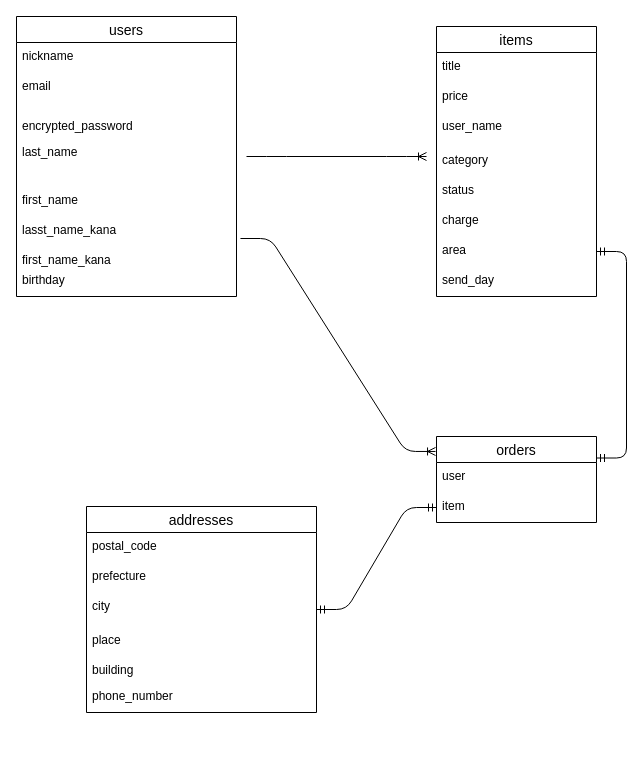
The draw.io diagram database_ER.dio in sihgo109/furima-36770, before the edit. Source tidied: cells renumbered, new cells numbered last; positions are measured from the earlier drawing's top-left corner, leaving out a move shared by most shapes. Both pictures are drawn from the tidied source at 100%, with x=0, y=0 at pixel (16, 16).
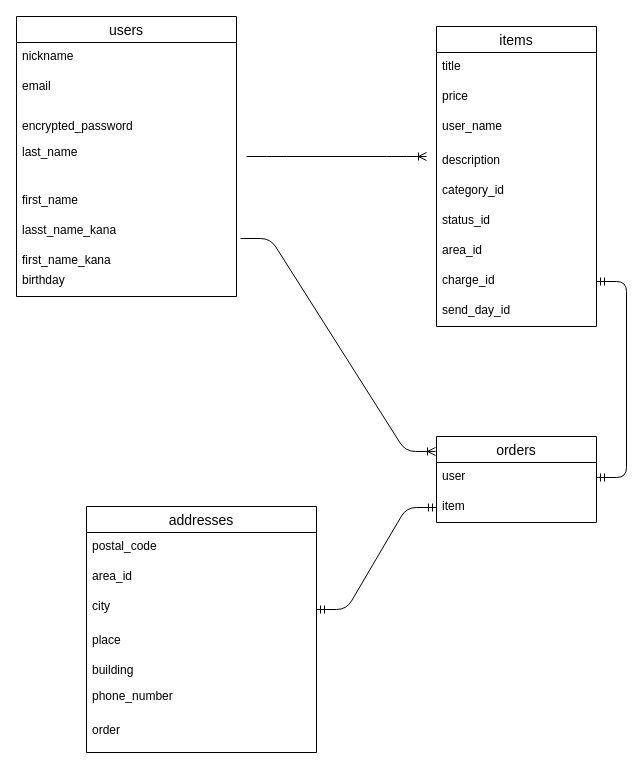
The same diagram, later.

Unchanged cells that the change refers to:
```xml
<mxCell id="12" value="orders" style="swimlane;fontStyle=0;horizontal=1;startSize=26;align=center;fontSize=14;" parent="1" vertex="1">
  <mxGeometry x="420" y="420" width="160" height="86" as="geometry" />
</mxCell>
<mxCell id="13" value="user" style="text;strokeColor=none;fillColor=none;spacingLeft=4;spacingRight=4;overflow=hidden;points=[[0,0.5],[1,0.5]];portConstraint=eastwest;fontSize=12;" parent="12" vertex="1">
  <mxGeometry y="26" width="160" height="30" as="geometry" />
</mxCell>
```

Change to the diagram source:
```diff
@@
     <mxCell id="5" value="items" style="swimlane;fontStyle=0;horizontal=1;startSize=26;align=center;fontSize=14;" parent="1" vertex="1">
-      <mxGeometry x="420" y="10" width="160" height="270" as="geometry" />
+      <mxGeometry x="420" y="10" width="160" height="300" as="geometry" />
     </mxCell>
@@
+    <mxCell id="10" value="description" style="text;strokeColor=none;fillColor=none;spacingLeft=4;spacingRight=4;overflow=hidden;fontSize=12;" parent="5" vertex="1">
+      <mxGeometry y="120" width="160" height="30" as="geometry" />
+    </mxCell>
-    <mxCell id="9" value="category" style="text;strokeColor=none;fillColor=none;spacingLeft=4;spacingRight=4;overflow=hidden;fontSize=12;" parent="5" vertex="1">
-      <mxGeometry y="120" width="160" height="30" as="geometry" />
+    <mxCell id="9" value="category_id" style="text;strokeColor=none;fillColor=none;spacingLeft=4;spacingRight=4;overflow=hidden;fontSize=12;" parent="5" vertex="1">
+      <mxGeometry y="150" width="160" height="30" as="geometry" />
     </mxCell>
-    <mxCell id="10" value="status" style="text;strokeColor=none;fillColor=none;spacingLeft=4;spacingRight=4;overflow=hidden;fontSize=12;" parent="5" vertex="1">
-      <mxGeometry y="150" width="160" height="30" as="geometry" />
-    </mxCell>
+    <mxCell id="34" value="status_id" style="text;strokeColor=none;fillColor=none;spacingLeft=4;spacingRight=4;overflow=hidden;fontSize=12;" parent="5" vertex="1">
+      <mxGeometry y="180" width="160" height="30" as="geometry" />
+    </mxCell>
+    <mxCell id="28" value="area_id " style="text;strokeColor=none;fillColor=none;spacingLeft=4;spacingRight=4;overflow=hidden;points=[[0,0.5],[1,0.5]];portConstraint=eastwest;fontSize=12;" parent="5" vertex="1">
+      <mxGeometry y="210" width="160" height="30" as="geometry" />
+    </mxCell>
-    <mxCell id="11" value="charge" style="text;strokeColor=none;fillColor=none;spacingLeft=4;spacingRight=4;overflow=hidden;points=[[0,0.5],[1,0.5]];portConstraint=eastwest;fontSize=12;" parent="5" vertex="1">
-      <mxGeometry y="180" width="160" height="90" as="geometry" />
+    <mxCell id="11" value="charge_id" style="text;strokeColor=none;fillColor=none;spacingLeft=4;spacingRight=4;overflow=hidden;points=[[0,0.5],[1,0.5]];portConstraint=eastwest;fontSize=12;" parent="5" vertex="1">
+      <mxGeometry y="240" width="160" height="30" as="geometry" />
     </mxCell>
+    <mxCell id="29" value="send_day_id" style="text;strokeColor=none;fillColor=none;spacingLeft=4;spacingRight=4;overflow=hidden;fontSize=12;" parent="5" vertex="1">
+      <mxGeometry y="270" width="160" height="30" as="geometry" />
+    </mxCell>
@@
     <mxCell id="15" value="addresses" style="swimlane;fontStyle=0;horizontal=1;startSize=26;align=center;fontSize=14;" parent="1" vertex="1">
-      <mxGeometry x="70" y="490" width="230" height="206" as="geometry" />
+      <mxGeometry x="70" y="490" width="230" height="246" as="geometry" />
     </mxCell>
@@
-    <mxCell id="17" value="prefecture" style="text;strokeColor=none;fillColor=none;spacingLeft=4;spacingRight=4;overflow=hidden;fontSize=12;" parent="15" vertex="1">
+    <mxCell id="17" value="area_id " style="text;strokeColor=none;fillColor=none;spacingLeft=4;spacingRight=4;overflow=hidden;fontSize=12;" parent="15" vertex="1">
       <mxGeometry y="56" width="230" height="30" as="geometry" />
     </mxCell>
@@
     <mxCell id="21" value="phone_number" style="text;strokeColor=none;fillColor=none;spacingLeft=4;spacingRight=4;overflow=hidden;fontSize=12;" parent="15" vertex="1">
-      <mxGeometry y="176" width="230" height="30" as="geometry" />
+      <mxGeometry y="176" width="230" height="34" as="geometry" />
     </mxCell>
+    <mxCell id="35" value="order" style="text;strokeColor=none;fillColor=none;spacingLeft=4;spacingRight=4;overflow=hidden;fontSize=12;" parent="15" vertex="1">
+      <mxGeometry y="210" width="230" height="36" as="geometry" />
+    </mxCell>
@@
-    <mxCell id="28" value="area" style="text;strokeColor=none;fillColor=none;spacingLeft=4;spacingRight=4;overflow=hidden;points=[[0,0.5],[1,0.5]];portConstraint=eastwest;fontSize=12;" parent="1" vertex="1">
-      <mxGeometry x="420" y="220" width="160" height="30" as="geometry" />
-    </mxCell>
-    <mxCell id="29" value="send_day" style="text;strokeColor=none;fillColor=none;spacingLeft=4;spacingRight=4;overflow=hidden;fontSize=12;" parent="1" vertex="1">
-      <mxGeometry x="420" y="250" width="160" height="30" as="geometry" />
-    </mxCell>
@@
-    <mxCell id="32" style="edgeStyle=entityRelationEdgeStyle;fontSize=12;html=1;endArrow=ERmandOne;startArrow=ERmandOne;entryX=1;entryY=0.5;entryDx=0;entryDy=0;exitX=1;exitY=0.25;exitDx=0;exitDy=0;" parent="1" edge="1" source="12" target="28">
-      <mxGeometry relative="1" as="geometry" />
-    </mxCell>
@@
+    <mxCell id="36" style="edgeStyle=entityRelationEdgeStyle;fontSize=12;html=1;endArrow=ERmandOne;startArrow=ERmandOne;exitX=1;exitY=0.5;exitDx=0;exitDy=0;entryX=1;entryY=0.5;entryDx=0;entryDy=0;" parent="1" edge="1" source="13" target="11">
+      <mxGeometry relative="1" as="geometry" />
+    </mxCell>
```
